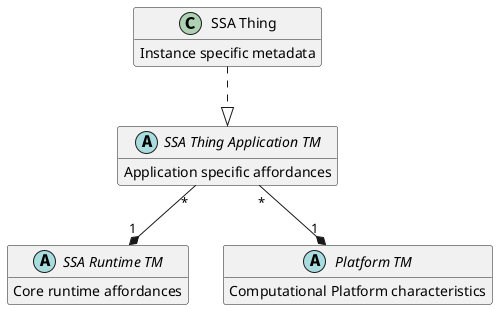
les2feup/CityLink keeps this PlantUML diagram as uml/tm_relations.png. Above is the earlier version.
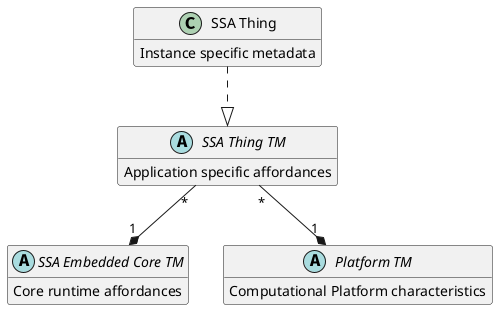
The same file after the commit.

Commit message:
updates to class diagram

Change to the diagram source:
```diff
@@ -4,11 +4,11 @@
         Instance specific metadata
     }
 
-abstract class "SSA Thing Application TM" as ttm {
+abstract class "SSA Thing TM" as ttm {
         Application specific affordances
     }
 
-abstract class "SSA Runtime TM" as rtm {
+abstract class "SSA Embedded Core TM" as rtm {
         Core runtime affordances
     }
 
```
